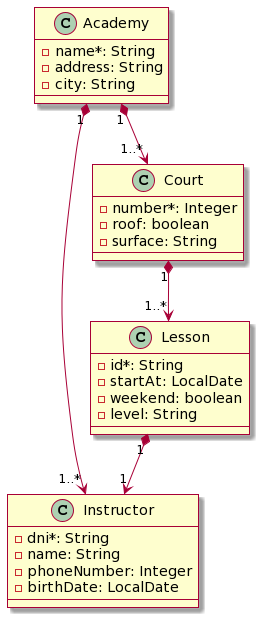
Earlier version of the PlantUML export docs/padel_academy.models.png (wzzzzwwzw/apaw-practice).
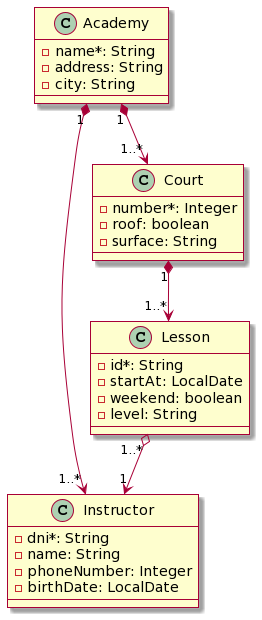
Above is the later version.

The edit, as a diff of the source:
```diff
@@ -4,7 +4,7 @@
 Academy "1" *--> "1..*" Instructor
 Academy "1" *--> "1..*" Court
 Court "1" *--> "1..*" Lesson
-Lesson "1" *--> "1" Instructor
+Lesson "1..*" o--> "1" Instructor
 
 Class Academy {
   - name*: String
```
